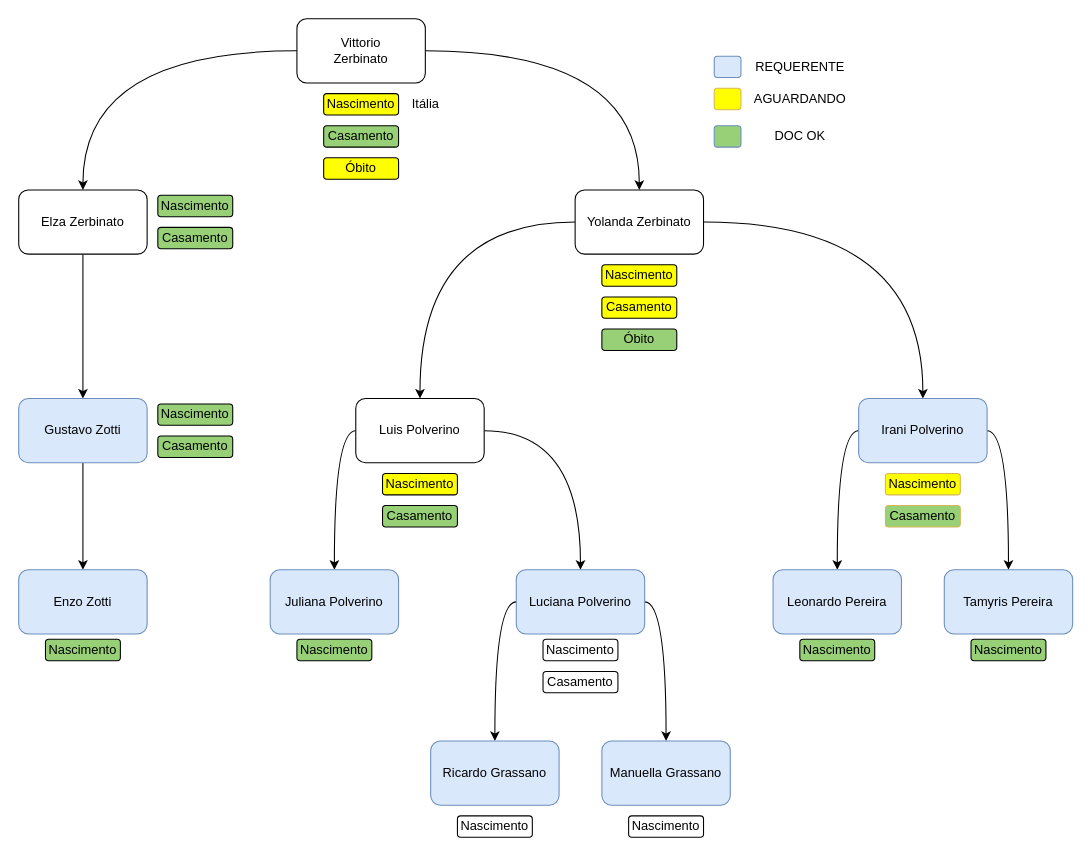
Above: familia.drawio in leo-odilon/draw.io (draw.io), before the change. Source tidied: cells renumbered, new cells numbered last; positions are measured from the earlier drawing's top-left corner, leaving out a move shared by most shapes. Both pictures are drawn from the tidied source at 107%, with x=0, y=0 at pixel (18, 18).
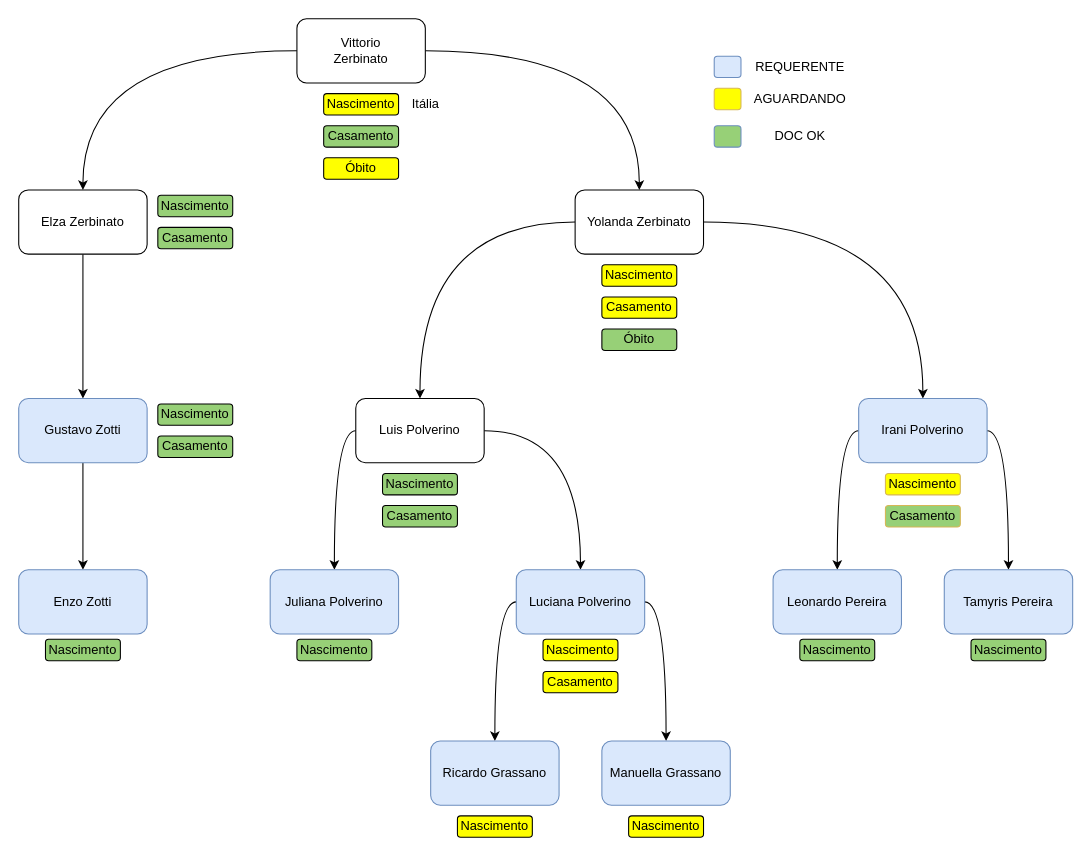
The same diagram, later.

Change to the diagram source:
```diff
@@
-    <mxCell id="35" value="Nascimento" style="rounded=1;whiteSpace=wrap;html=1;" parent="1" vertex="1">
+    <mxCell id="35" value="Nascimento" style="rounded=1;whiteSpace=wrap;html=1;strokeColor=default;align=center;verticalAlign=middle;fontFamily=Helvetica;fontSize=12;fontColor=default;fillColor=#FFFF00;" parent="1" vertex="1">
       <mxGeometry x="570" y="745" width="70" height="20" as="geometry" />
     </mxCell>
-    <mxCell id="36" value="Nascimento" style="rounded=1;whiteSpace=wrap;html=1;" parent="1" vertex="1">
+    <mxCell id="36" value="Nascimento" style="rounded=1;whiteSpace=wrap;html=1;strokeColor=default;align=center;verticalAlign=middle;fontFamily=Helvetica;fontSize=12;fontColor=default;fillColor=#FFFF00;" parent="1" vertex="1">
       <mxGeometry x="410" y="745" width="70" height="20" as="geometry" />
     </mxCell>
@@
-    <mxCell id="41" value="Nascimento" style="rounded=1;whiteSpace=wrap;html=1;fillColor=#FFFF00;" parent="1" vertex="1">
+    <mxCell id="41" value="Nascimento" style="rounded=1;whiteSpace=wrap;html=1;fillColor=#97D077;strokeColor=default;align=center;verticalAlign=middle;fontFamily=Helvetica;fontSize=12;fontColor=default;" parent="1" vertex="1">
       <mxGeometry x="340" y="425" width="70" height="20" as="geometry" />
     </mxCell>
@@
-    <mxCell id="43" value="Nascimento" style="rounded=1;whiteSpace=wrap;html=1;" parent="1" vertex="1">
+    <mxCell id="43" value="Nascimento" style="rounded=1;whiteSpace=wrap;html=1;strokeColor=default;align=center;verticalAlign=middle;fontFamily=Helvetica;fontSize=12;fontColor=default;fillColor=#FFFF00;" parent="1" vertex="1">
       <mxGeometry x="490" y="580" width="70" height="20" as="geometry" />
     </mxCell>
-    <mxCell id="44" value="Casamento" style="rounded=1;whiteSpace=wrap;html=1;" parent="1" vertex="1">
+    <mxCell id="44" value="Casamento" style="rounded=1;whiteSpace=wrap;html=1;strokeColor=default;align=center;verticalAlign=middle;fontFamily=Helvetica;fontSize=12;fontColor=default;fillColor=#FFFF00;" parent="1" vertex="1">
       <mxGeometry x="490" y="610" width="70" height="20" as="geometry" />
     </mxCell>
```
